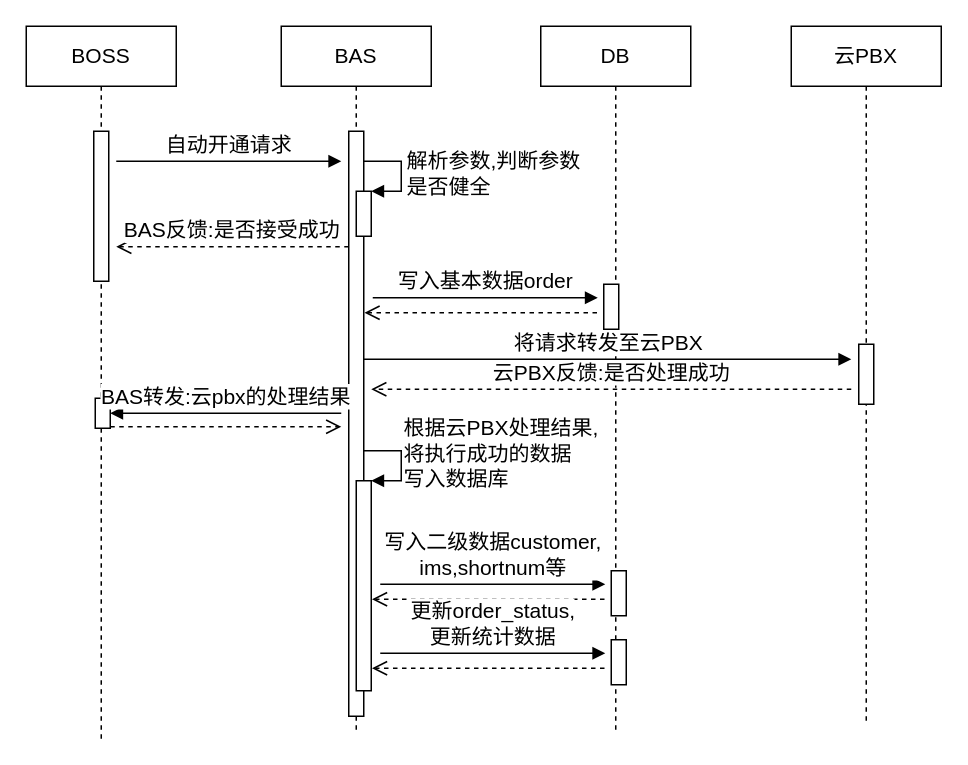
Above: BAS/sequence-interaction.drawio in waterwatermelon/graph (draw.io), before the change. Source tidied: cells renumbered, new cells numbered last; positions are measured from the earlier drawing's top-left corner, leaving out a move shared by most shapes. Both pictures are drawn from the tidied source at 150%, with x=0, y=0 at pixel (26, 26).
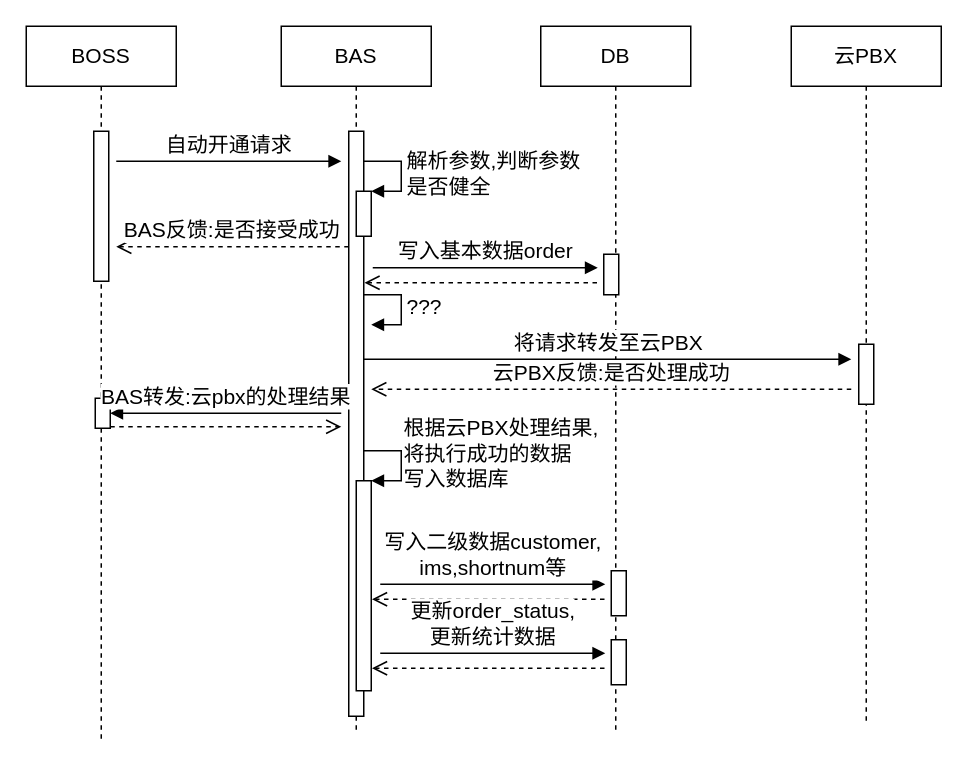
The same diagram, later.

The edit, as a diff of the source:
```diff
@@
     <mxCell id="27" style="html=1;perimeter=orthogonalPerimeter;fontSize=14;" parent="1" vertex="1">
-      <mxGeometry x="385" y="172" width="10" height="30" as="geometry" />
+      <mxGeometry x="385" y="152" width="10" height="27" as="geometry" />
     </mxCell>
     <mxCell id="28" value="写入基本数据order" style="html=1;verticalAlign=bottom;endArrow=block;fontSize=14;" parent="1" edge="1">
       <mxGeometry relative="1" as="geometry">
-        <mxPoint x="231" y="181" as="sourcePoint" />
-        <mxPoint x="381" y="181" as="targetPoint" />
+        <mxPoint x="231" y="161" as="sourcePoint" />
+        <mxPoint x="381" y="161" as="targetPoint" />
       </mxGeometry>
     </mxCell>
     <mxCell id="29" style="html=1;verticalAlign=bottom;endArrow=open;dashed=1;endSize=8;fontSize=14;" parent="1" edge="1">
       <mxGeometry relative="1" as="geometry">
-        <mxPoint x="380.5" y="191" as="sourcePoint" />
-        <mxPoint x="225.5" y="191" as="targetPoint" />
+        <mxPoint x="380.5" y="171" as="sourcePoint" />
+        <mxPoint x="225.5" y="171" as="targetPoint" />
       </mxGeometry>
     </mxCell>
+    <mxCell id="30" value="???" style="edgeStyle=orthogonalEdgeStyle;html=1;align=left;spacingLeft=2;endArrow=block;rounded=0;entryX=1;entryY=0;fontSize=14;" parent="1" edge="1">
+      <mxGeometry relative="1" as="geometry">
+        <mxPoint x="225" y="179" as="sourcePoint" />
+        <mxPoint x="230" y="199" as="targetPoint" />
+        <Array as="points">
+          <mxPoint x="250" y="179" />
+        </Array>
+      </mxGeometry>
+    </mxCell>
```
